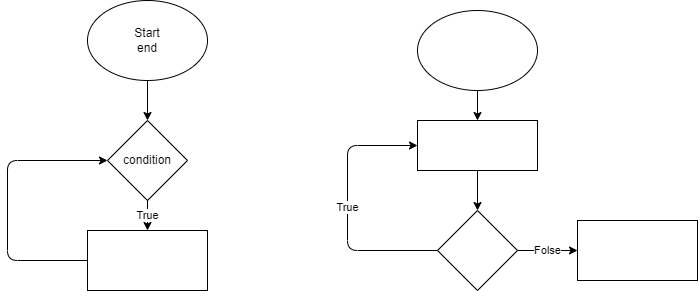
This is 1.drawio.png from Marina054/-, a draw.io export, as it was before one commit. Source tidied: cells renumbered, new cells last; positions are measured from the earlier drawing's top-left corner, leaving out a move shared by most shapes.
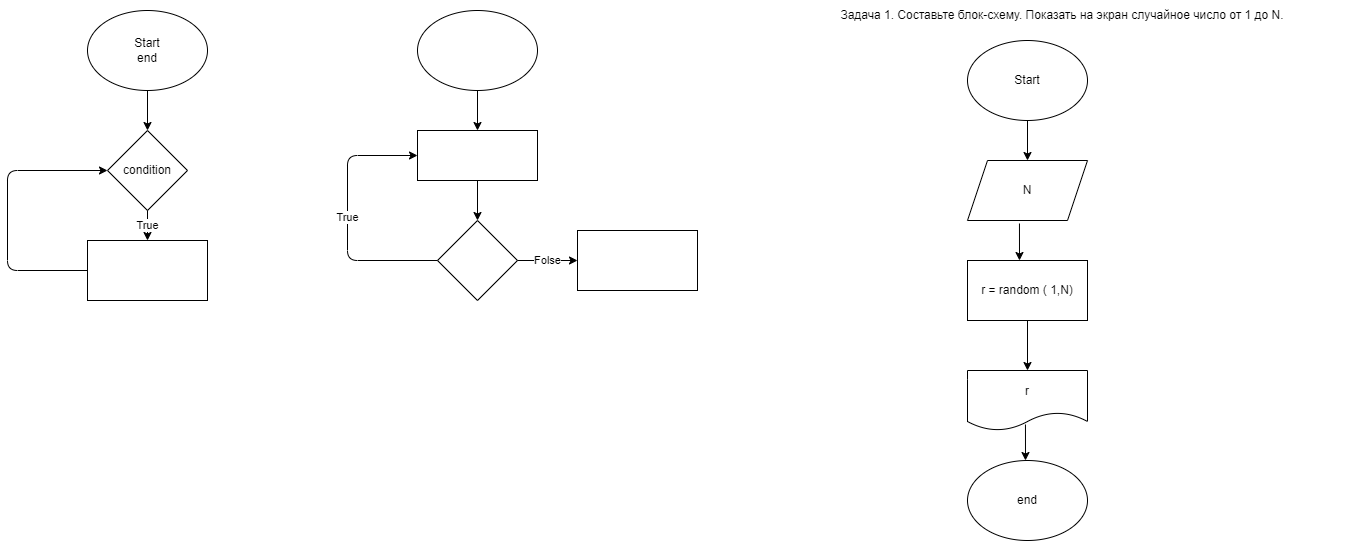
The same diagram one commit later.

The edit, as a diff of the source:
```diff
@@ -28,7 +28,7 @@
       </mxGeometry>
     </mxCell>
     <mxCell id="8" style="ellipse;whiteSpace=wrap;html=1;" parent="1" vertex="1">
-      <mxGeometry x="410" y="10" width="120" height="80" as="geometry" />
+      <mxGeometry x="410" width="120" height="80" as="geometry" />
     </mxCell>
     <mxCell id="9" style="rhombus;whiteSpace=wrap;html=1;" parent="1" vertex="1">
       <mxGeometry x="430" y="210" width="80" height="80" as="geometry" />
@@ -56,5 +56,39 @@
     <mxCell id="15" style="rounded=0;whiteSpace=wrap;html=1;" parent="1" vertex="1">
       <mxGeometry x="570" y="220" width="120" height="60" as="geometry" />
     </mxCell>
+    <mxCell id="16" value="Start" style="ellipse;whiteSpace=wrap;html=1;" parent="1" vertex="1">
+      <mxGeometry x="960" y="30" width="120" height="80" as="geometry" />
+    </mxCell>
+    <mxCell id="17" value="Задача 1. Составьте блок-схему. Показать на экран случайное число от 1 до N." style="text;html=1;strokeColor=none;fillColor=none;align=center;verticalAlign=middle;whiteSpace=wrap;rounded=0;" parent="1" vertex="1">
+      <mxGeometry x="760" y="-10" width="590" height="30" as="geometry" />
+    </mxCell>
+    <mxCell id="18" value="N" style="shape=parallelogram;perimeter=parallelogramPerimeter;whiteSpace=wrap;html=1;fixedSize=1;" parent="1" vertex="1">
+      <mxGeometry x="960" y="150" width="120" height="60" as="geometry" />
+    </mxCell>
+    <mxCell id="19" style="endArrow=classic;html=1;exitX=0.5;exitY=1;exitDx=0;exitDy=0;entryX=0.5;entryY=0;entryDx=0;entryDy=0;" parent="1" edge="1" source="16" target="18">
+      <mxGeometry relative="1" as="geometry" />
+    </mxCell>
+    <mxCell id="20" value="r = random ( 1,N)" style="rounded=0;whiteSpace=wrap;html=1;" parent="1" vertex="1">
+      <mxGeometry x="960" y="250" width="120" height="60" as="geometry" />
+    </mxCell>
+    <mxCell id="21" style="endArrow=classic;html=1;exitX=0.433;exitY=1.05;exitDx=0;exitDy=0;exitPerimeter=0;" parent="1" edge="1" source="18">
+      <mxGeometry relative="1" as="geometry">
+        <mxPoint x="1012" y="250" as="targetPoint" />
+      </mxGeometry>
+    </mxCell>
+    <mxCell id="22" value="r" style="shape=document;whiteSpace=wrap;html=1;boundedLbl=1;" parent="1" vertex="1">
+      <mxGeometry x="960" y="360" width="120" height="60" as="geometry" />
+    </mxCell>
+    <mxCell id="23" style="endArrow=classic;html=1;exitX=0.5;exitY=1;exitDx=0;exitDy=0;" parent="1" edge="1" source="20" target="22">
+      <mxGeometry relative="1" as="geometry" />
+    </mxCell>
+    <mxCell id="24" value="end" style="ellipse;whiteSpace=wrap;html=1;" parent="1" vertex="1">
+      <mxGeometry x="960" y="450" width="120" height="80" as="geometry" />
+    </mxCell>
+    <mxCell id="25" style="endArrow=classic;html=1;exitX=0.483;exitY=0.9;exitDx=0;exitDy=0;exitPerimeter=0;" parent="1" edge="1" source="22">
+      <mxGeometry relative="1" as="geometry">
+        <mxPoint x="1018" y="450" as="targetPoint" />
+      </mxGeometry>
+    </mxCell>
   </root>
 </mxGraphModel>
```
